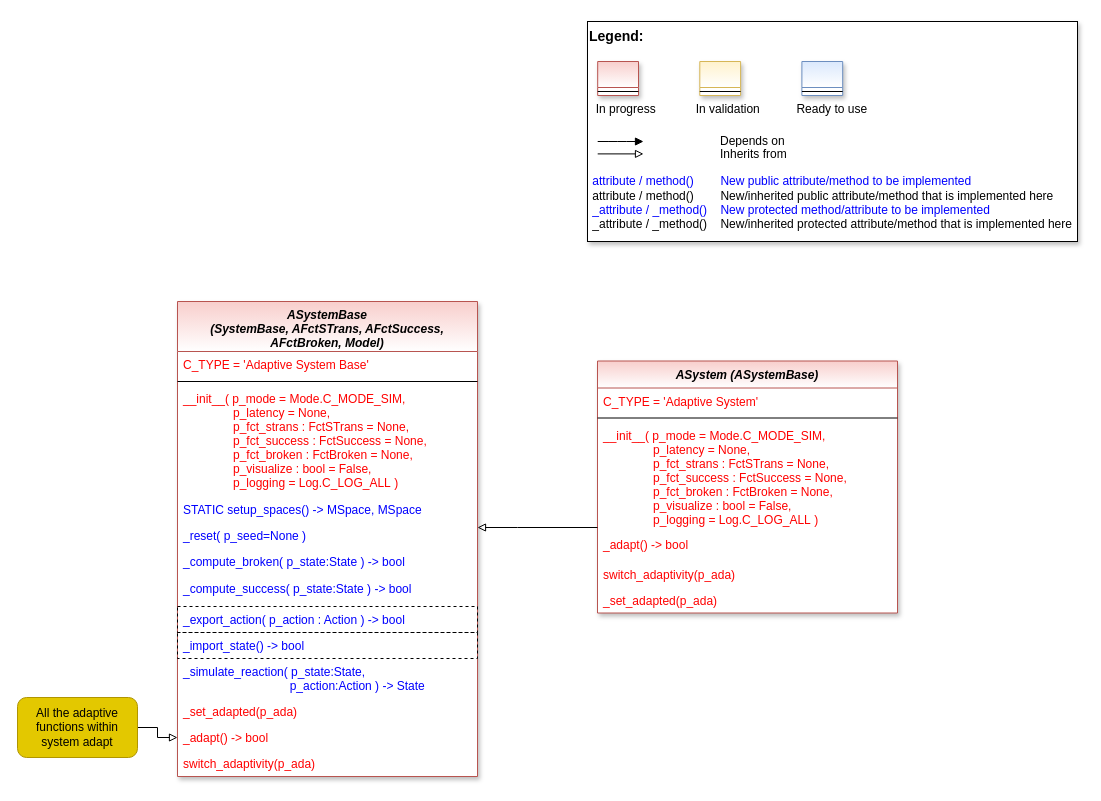
Earlier version of the draw.io diagram doc/rtd/content/04_appendices/appendix2/sub/core/images/bf/MLPro-BF-Systems-AdaptiveSystems_class_diagram.drawio (fhswf/MLPro). Source tidied: cells renumbered, new cells numbered last; positions are measured from the earlier drawing's top-left corner, leaving out a move shared by most shapes. Both pictures are drawn from the tidied source at 100%, with x=0, y=0 at pixel (17, 21).
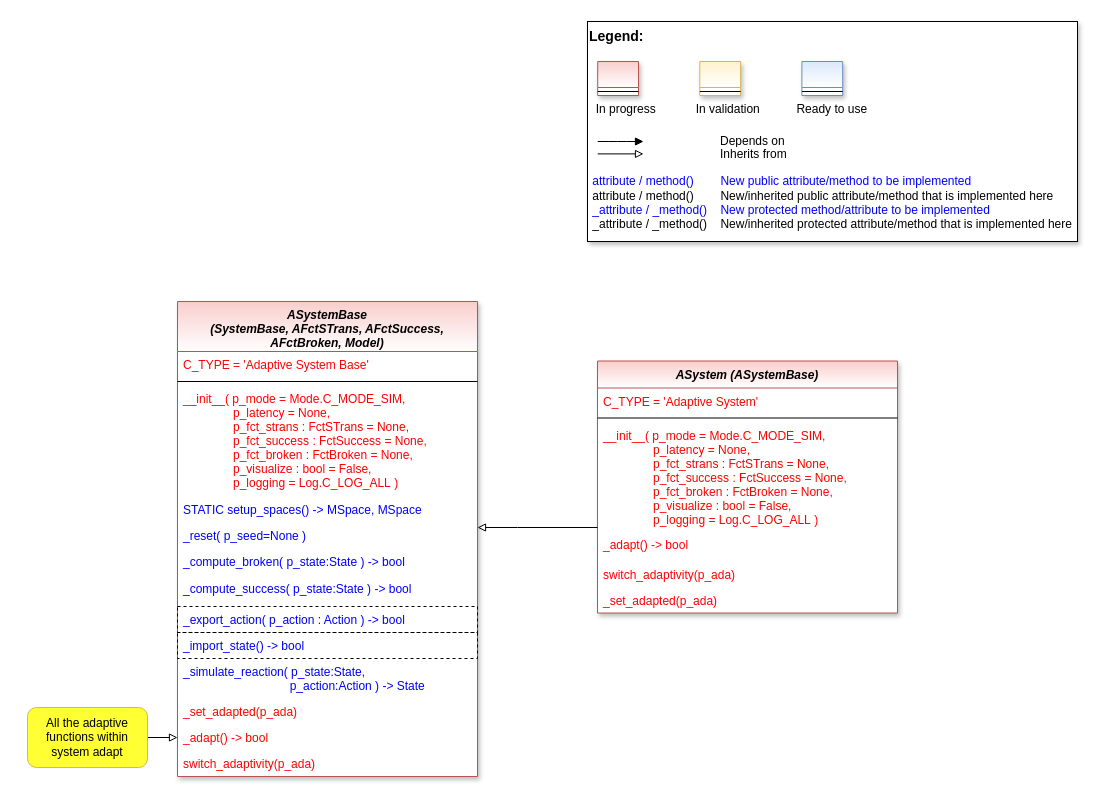
The same page after the edit.

Commit message (it also covers changes not shown here):
adaptive systems, oa systems

Diff of the diagram source:
```diff
@@
-    <mxCell id="25" value="All the adaptive functions within system adapt" style="rounded=1;whiteSpace=wrap;html=1;strokeWidth=1;fillColor=#e3c800;strokeColor=#B09500;fontColor=#000000;" parent="1" vertex="1">
-      <mxGeometry y="676" width="120" height="60" as="geometry" />
+    <mxCell id="25" value="All the adaptive functions within system adapt" style="rounded=1;whiteSpace=wrap;html=1;strokeWidth=1;fillColor=#FFFF33;strokeColor=#d6b656;gradientColor=none;" parent="1" vertex="1">
+      <mxGeometry x="10" y="686" width="120" height="60" as="geometry" />
     </mxCell>
```
